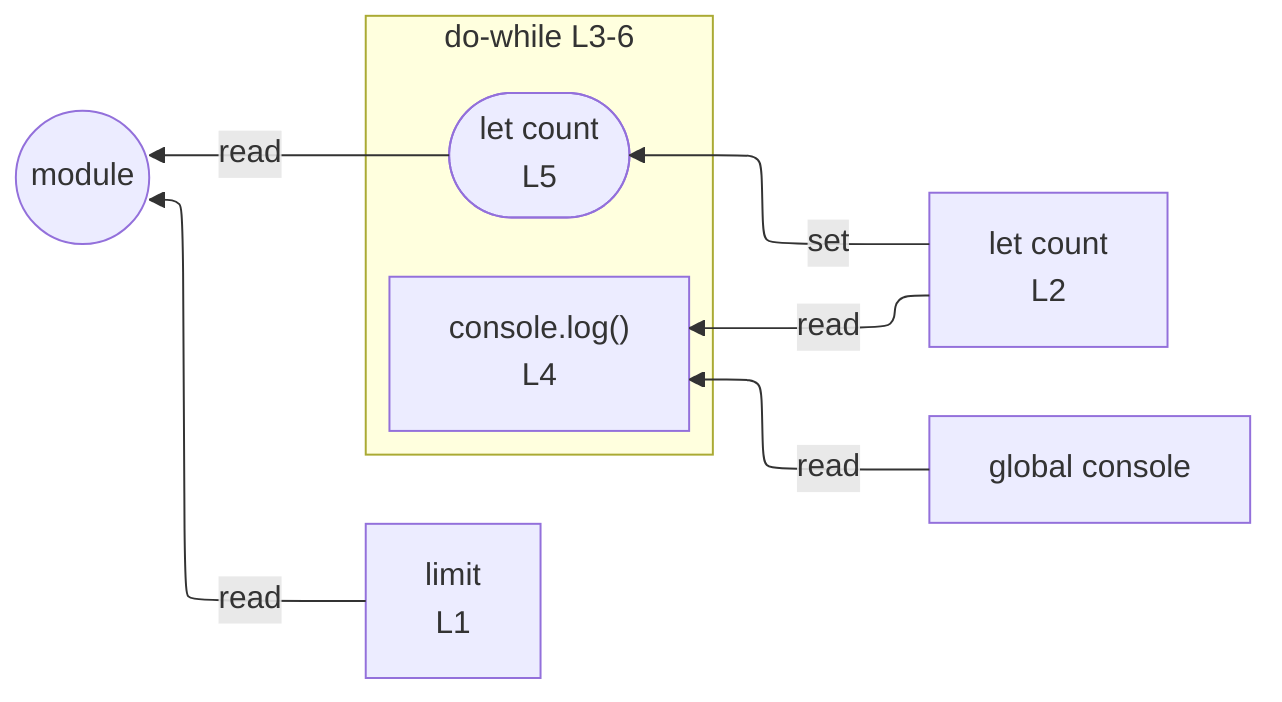
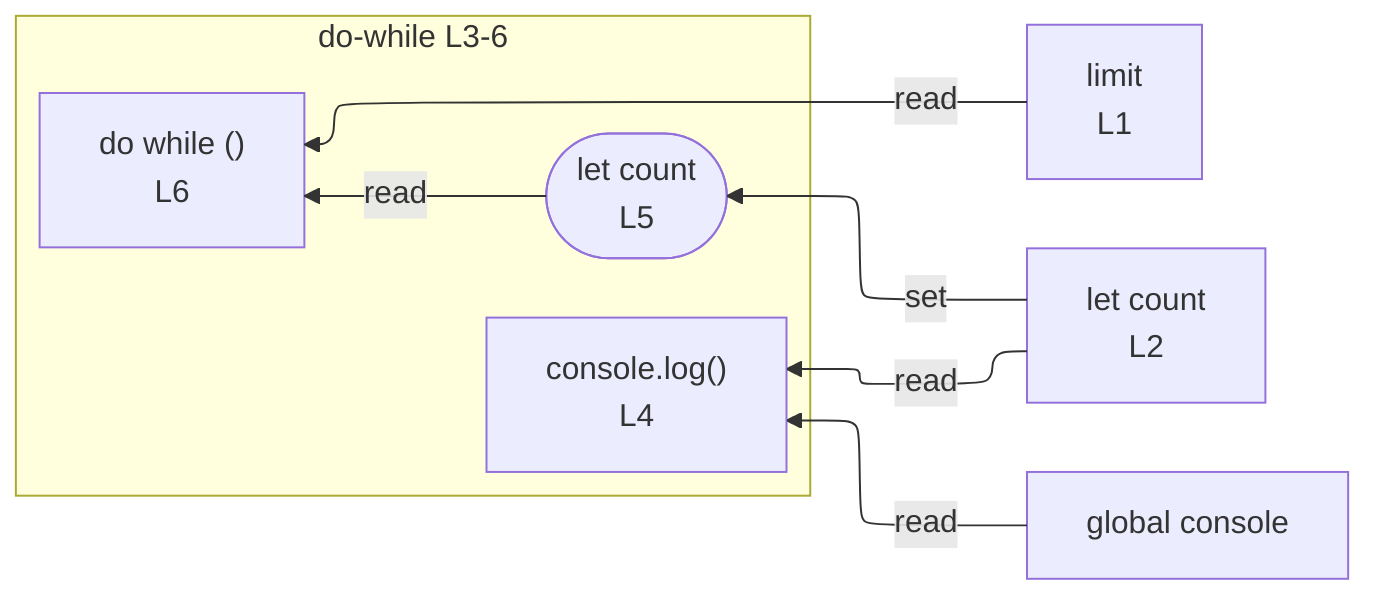
%%{init: {"flowchart": {"defaultRenderer": "elk"}}}%%
flowchart RL
  n_scope_0_limit_6["limit<br/>L1"]
  n_scope_0_count_22["let count<br/>L2"]
  n_scope_0_console_40["global console"]
  subgraph s_scope_1["do-while L3-6"]
    direction RL
    wr_ref_2(["let count<br/>L5"])
    expr_stmt_40["console.log()<br/>L4"]
+     do_while_test_scope_0_33["do while ()<br/>L6"]
  end
  n_scope_0_count_22 -->|set| wr_ref_2
  n_scope_0_console_40 -->|read| expr_stmt_40
  n_scope_0_count_22 -->|read| expr_stmt_40
-   wr_ref_2 -->|read| module_root
-   n_scope_0_limit_6 -->|read| module_root
-   module_root((module))
+   wr_ref_2 -->|read| do_while_test_scope_0_33
+   n_scope_0_limit_6 -->|read| do_while_test_scope_0_33
